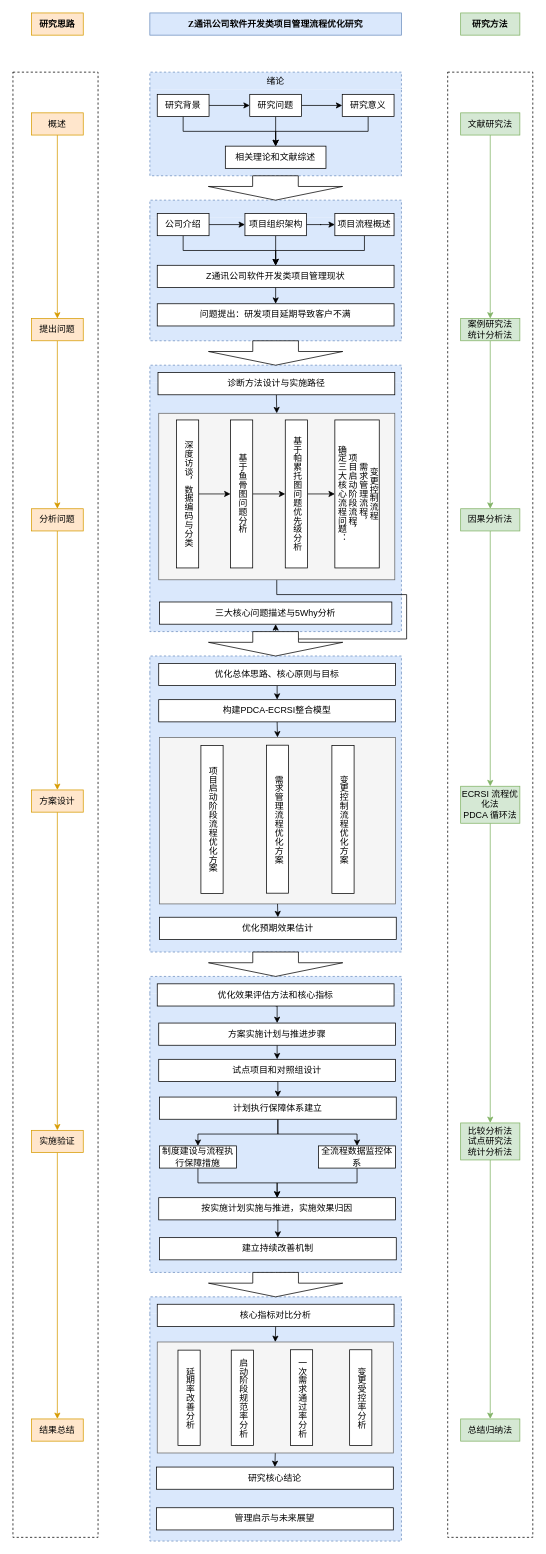
Earlier version of the draw.io diagram 技术路线图.drawio (zhengt666/homework). Source tidied: cells renumbered, new cells numbered last; positions are measured from the earlier drawing's top-left corner, leaving out a move shared by most shapes. Both pictures are drawn from the tidied source at 74%, with x=0, y=0 at pixel (13, 13).
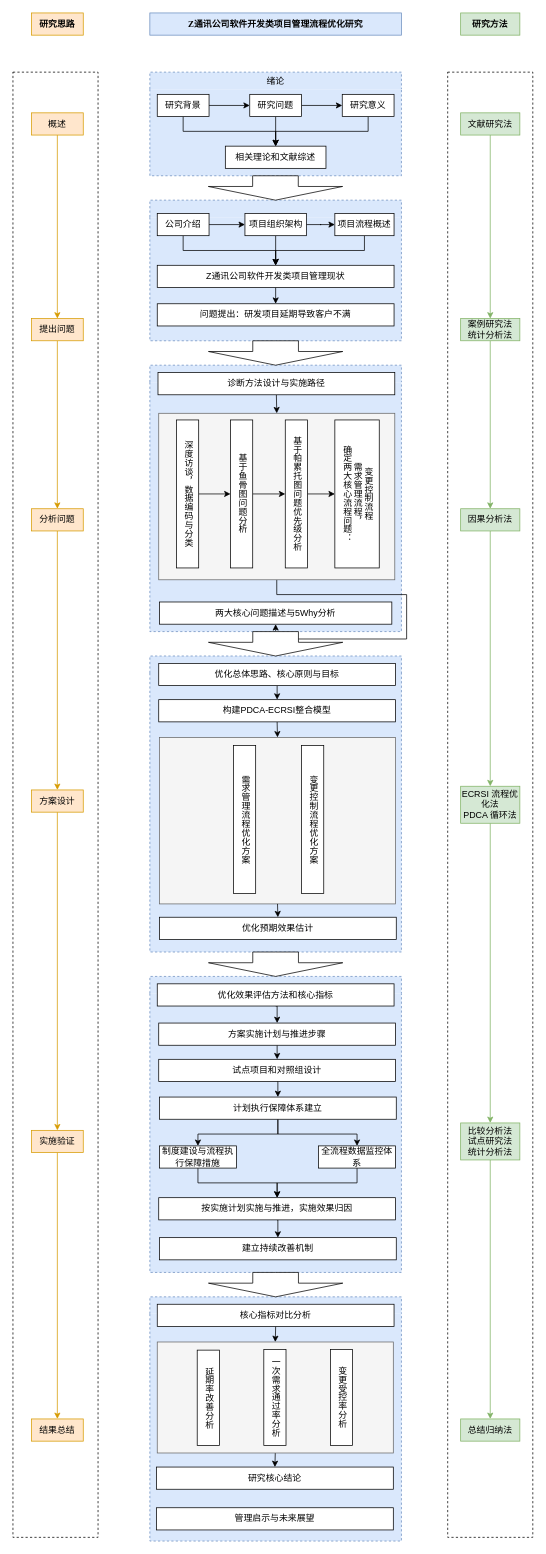
The same page after the edit.

Commit message:
更新技术路线图.drawio

The change refers to these unchanged cells:
```xml
<mxCell id="45" style="swimlane;whiteSpace=wrap;html=1;startSize=23;backgroundOutline=0;fixedHeader=0;fillColor=#dae8fc;swimlaneLine=0;strokeColor=#6c8ebf;swimlaneFillColor=#DAE8FC;dashed=1;" parent="1" vertex="1">
  <mxGeometry x="185" y="476" width="340" height="360" as="geometry" />
</mxCell>
<mxCell id="67" style="group;" parent="66" vertex="1">
  <mxGeometry y="1" width="319" height="225" as="geometry" />
</mxCell>
<mxCell id="98" style="group;" parent="97" vertex="1">
  <mxGeometry y="1" width="319" height="225" as="geometry" />
</mxCell>
```

What changed in the source:
```diff
@@
-    <mxCell id="56" value="确定三大核心流程问题：&lt;div&gt;项目启动阶段流程，&lt;/div&gt;&lt;div&gt;需求管理流程，&lt;/div&gt;&lt;div&gt;变更控制流程&lt;/div&gt;" style="rounded=0;whiteSpace=wrap;html=1;direction=south;textDirection=vertical-lr;" parent="45" vertex="1">
+    <mxCell id="56" value="确定两大核心流程问题：&lt;div&gt;需求管理流程，&lt;/div&gt;&lt;div&gt;变更控制流程&lt;/div&gt;" style="rounded=0;whiteSpace=wrap;html=1;direction=south;textDirection=vertical-lr;" parent="45" vertex="1">
       <mxGeometry x="250" y="74" width="60" height="200" as="geometry" />
     </mxCell>
-    <mxCell id="57" value="三大核心问题描述与5Why分析" style="rounded=0;whiteSpace=wrap;html=1;direction=west;flipH=1;legacyAnchorPoints=0;flipV=1;" parent="45" vertex="1">
+    <mxCell id="57" value="两大核心问题描述与5Why分析" style="rounded=0;whiteSpace=wrap;html=1;direction=west;flipH=1;legacyAnchorPoints=0;flipV=1;" parent="45" vertex="1">
       <mxGeometry x="13" y="320" width="314" height="30" as="geometry" />
     </mxCell>
@@
-    <mxCell id="69" value="项目启动阶段流程优化方案" style="rounded=0;whiteSpace=wrap;html=1;direction=south;textDirection=vertical-lr;" parent="67" vertex="1">
-      <mxGeometry x="56" y="11" width="30" height="200" as="geometry" />
-    </mxCell>
     <mxCell id="70" value="需求管理流程优化方案" style="rounded=0;whiteSpace=wrap;html=1;direction=south;textDirection=vertical-lr;" parent="67" vertex="1">
-      <mxGeometry x="144.5" y="10.5" width="30" height="200" as="geometry" />
+      <mxGeometry x="100" y="11" width="30" height="200" as="geometry" />
     </mxCell>
     <mxCell id="71" value="变更控制流程优化方案" style="rounded=0;whiteSpace=wrap;html=1;direction=south;textDirection=vertical-lr;" parent="67" vertex="1">
-      <mxGeometry x="233" y="11" width="30" height="200" as="geometry" />
+      <mxGeometry x="192" y="11" width="30" height="200" as="geometry" />
     </mxCell>
@@
     <mxCell id="101" value="延期率改善分析" style="rounded=0;whiteSpace=wrap;html=1;direction=south;textDirection=vertical-lr;" parent="98" vertex="1">
-      <mxGeometry x="28" y="11" width="30" height="129" as="geometry" />
+      <mxGeometry x="54" y="11" width="30" height="129" as="geometry" />
     </mxCell>
     <mxCell id="102" value="一次需求通过率分析" style="rounded=0;whiteSpace=wrap;html=1;direction=south;textDirection=vertical-lr;" parent="98" vertex="1">
-      <mxGeometry x="180" y="10.5" width="30" height="129.5" as="geometry" />
+      <mxGeometry x="144" y="10.2" width="30" height="129.5" as="geometry" />
     </mxCell>
     <mxCell id="103" value="变更受控率分析" style="rounded=0;whiteSpace=wrap;html=1;direction=south;textDirection=vertical-lr;" parent="98" vertex="1">
-      <mxGeometry x="260" y="10.5" width="30" height="129.5" as="geometry" />
+      <mxGeometry x="234" y="10.2" width="30" height="129.5" as="geometry" />
     </mxCell>
-    <mxCell id="104" value="启动阶段规范率分析" style="rounded=0;whiteSpace=wrap;html=1;direction=south;textDirection=vertical-lr;" parent="98" vertex="1">
-      <mxGeometry x="100" y="11" width="30" height="129" as="geometry" />
-    </mxCell>
```
